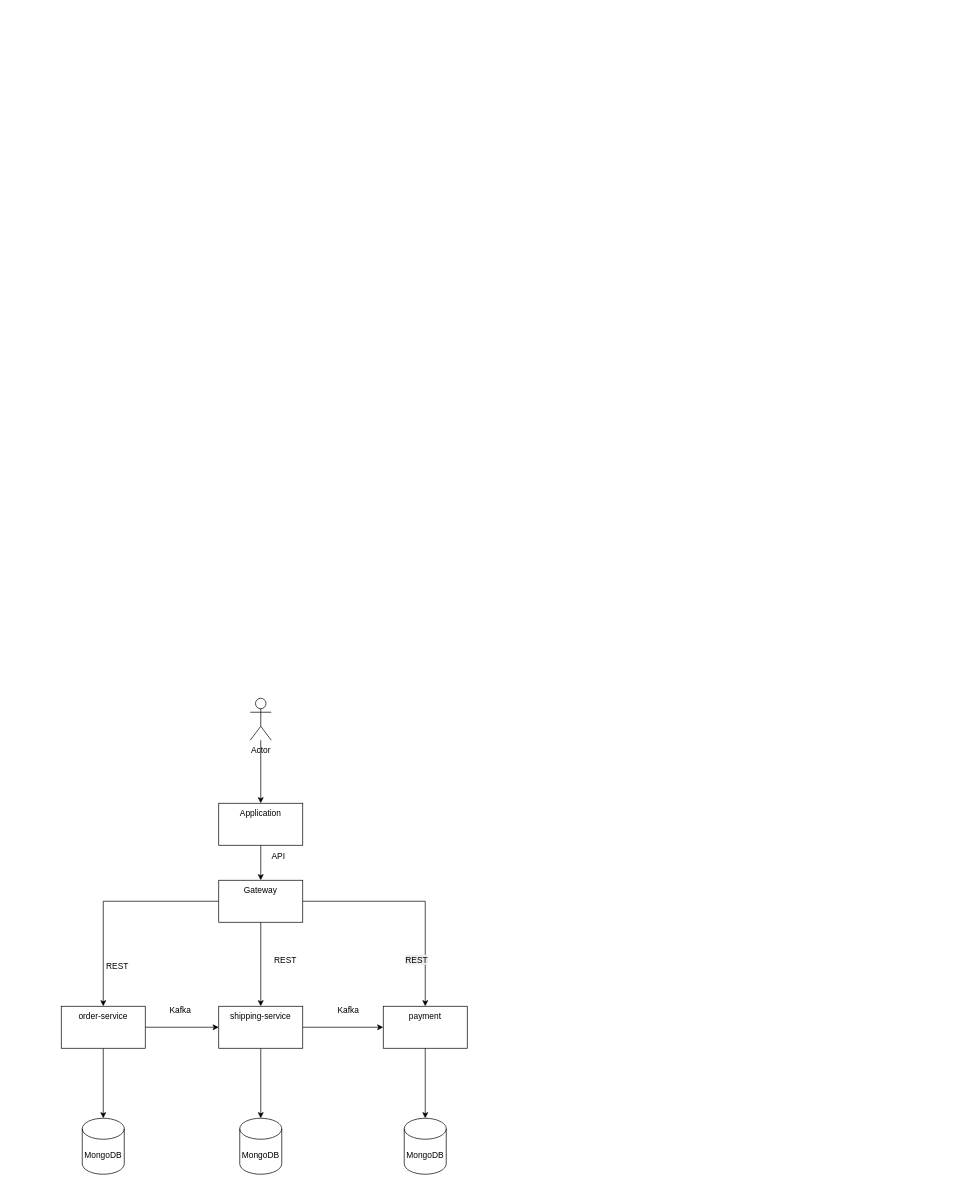
Earlier version of the draw.io diagram Biểu đồ không có tiêu đề.drawio (Anhlearning/AIBehavior_UE5). Source tidied: cells renumbered, new cells numbered last; positions are measured from the earlier drawing's top-left corner, leaving out a move shared by most shapes. Both pictures are drawn from the tidied source at 70%, with x=0, y=0 at pixel (61, 698).
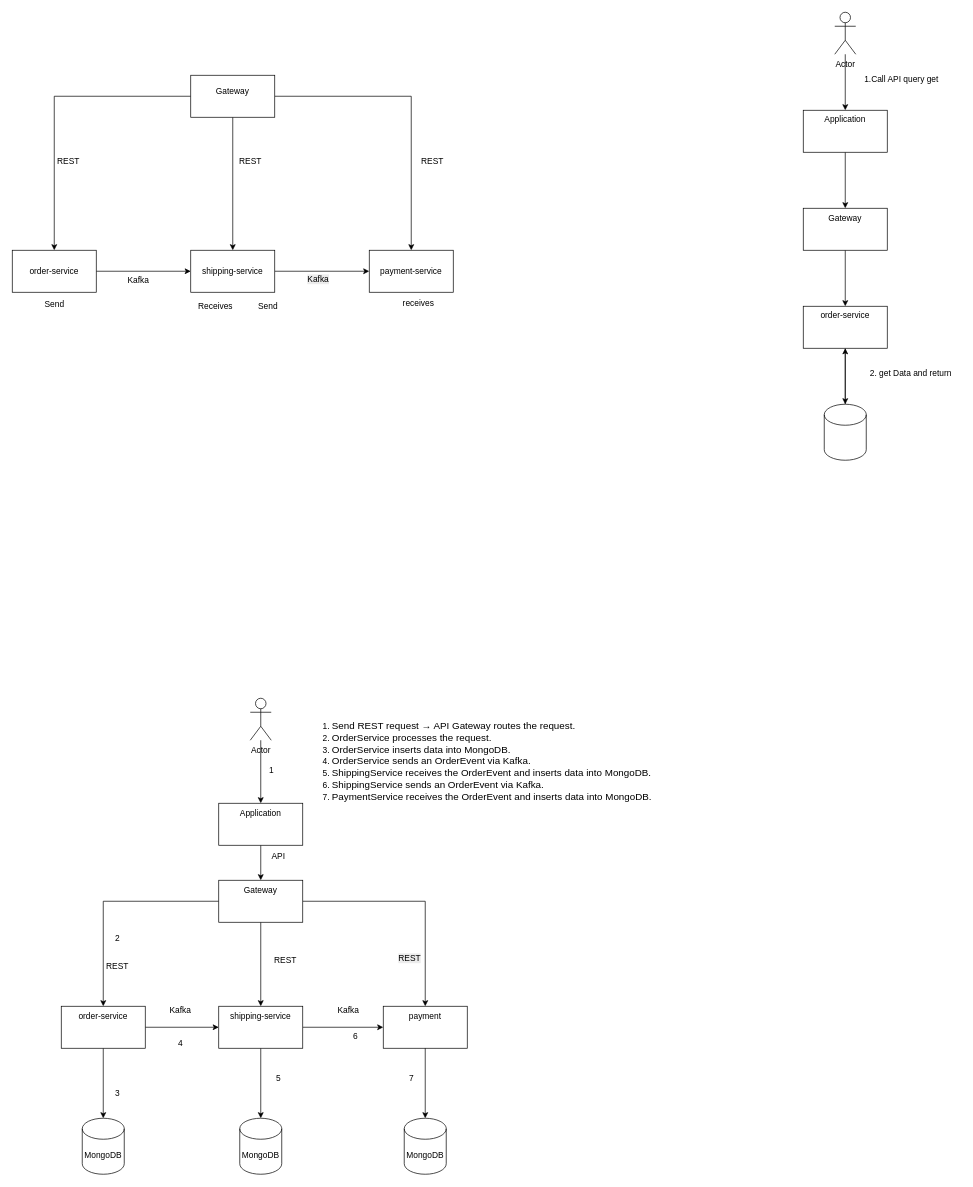
Above is the later version.

Commit message:
Cập nhật Biểu đồ không có tiêu đề.drawio

Change to the diagram source:
```diff
@@
     <mxCell id="20" value="&lt;span style=&quot;color: rgb(0, 0, 0); font-family: Helvetica; font-size: 12px; font-style: normal; font-variant-ligatures: normal; font-variant-caps: normal; font-weight: 400; letter-spacing: normal; orphans: 2; text-align: center; text-indent: 0px; text-transform: none; widows: 2; word-spacing: 0px; -webkit-text-stroke-width: 0px; white-space: nowrap; background-color: rgb(236, 236, 236); text-decoration-thickness: initial; text-decoration-style: initial; text-decoration-color: initial; display: inline !important; float: none;&quot;&gt;REST&lt;/span&gt;" style="text;whiteSpace=wrap;html=1;" parent="1" vertex="1">
-      <mxGeometry x="490" y="360" width="70" height="40" as="geometry" />
+      <mxGeometry x="480" y="358" width="70" height="40" as="geometry" />
     </mxCell>
@@
+    <mxCell id="27" value="1" style="text;html=1;align=center;verticalAlign=middle;strokeColor=none;fillColor=none;" parent="1" vertex="1">
+      <mxGeometry x="285" y="88" width="30" height="30" as="geometry" />
+    </mxCell>
+    <mxCell id="28" value="2" style="text;html=1;align=center;verticalAlign=middle;strokeColor=none;fillColor=none;" parent="1" vertex="1">
+      <mxGeometry x="65" y="328" width="30" height="30" as="geometry" />
+    </mxCell>
+    <mxCell id="29" value="3" style="text;html=1;align=center;verticalAlign=middle;strokeColor=none;fillColor=none;" parent="1" vertex="1">
+      <mxGeometry x="65" y="550" width="30" height="30" as="geometry" />
+    </mxCell>
+    <mxCell id="30" value="4" style="text;html=1;align=center;verticalAlign=middle;strokeColor=none;fillColor=none;" parent="1" vertex="1">
+      <mxGeometry x="155" y="478" width="30" height="30" as="geometry" />
+    </mxCell>
+    <mxCell id="31" value="5" style="text;html=1;align=center;verticalAlign=middle;strokeColor=none;fillColor=none;" parent="1" vertex="1">
+      <mxGeometry x="295" y="528" width="30" height="30" as="geometry" />
+    </mxCell>
+    <mxCell id="32" value="6" style="text;html=1;align=center;verticalAlign=middle;strokeColor=none;fillColor=none;" parent="1" vertex="1">
+      <mxGeometry x="405" y="468" width="30" height="30" as="geometry" />
+    </mxCell>
+    <mxCell id="33" value="7" style="text;html=1;align=center;verticalAlign=middle;strokeColor=none;fillColor=none;" parent="1" vertex="1">
+      <mxGeometry x="485" y="528" width="30" height="30" as="geometry" />
+    </mxCell>
+    <mxCell id="34" value="&lt;ol&gt;&lt;li&gt;&lt;span style=&quot;background-color: transparent; color: light-dark(rgb(0, 0, 0), rgb(255, 255, 255));&quot;&gt;&lt;font style=&quot;font-size: 14px;&quot;&gt;Send REST request → API Gateway routes the request.&lt;/font&gt;&lt;/span&gt;&lt;/li&gt;&lt;li&gt;&lt;font style=&quot;font-size: 14px;&quot;&gt;OrderService processes the request.&lt;/font&gt;&lt;/li&gt;&lt;li&gt;&lt;font style=&quot;font-size: 14px;&quot;&gt;OrderService inserts data into MongoDB.&lt;/font&gt;&lt;/li&gt;&lt;li&gt;&lt;font style=&quot;font-size: 14px;&quot;&gt;OrderService sends an OrderEvent via Kafka.&lt;/font&gt;&lt;/li&gt;&lt;li&gt;&lt;font style=&quot;font-size: 14px;&quot;&gt;ShippingService receives the OrderEvent and inserts data into MongoDB.&lt;/font&gt;&lt;/li&gt;&lt;li&gt;&lt;font style=&quot;font-size: 14px;&quot;&gt;ShippingService sends an OrderEvent via Kafka.&lt;/font&gt;&lt;/li&gt;&lt;li&gt;&lt;font style=&quot;font-size: 14px;&quot;&gt;PaymentService receives the OrderEvent and inserts data into MongoDB.&lt;/font&gt;&lt;/li&gt;&lt;/ol&gt;" style="text;html=1;align=left;verticalAlign=middle;strokeColor=none;fillColor=none;" parent="1" vertex="1">
+      <mxGeometry x="345" y="10" width="520" height="160" as="geometry" />
+    </mxCell>
+    <mxCell id="35" style="edgeStyle=orthogonalEdgeStyle;rounded=0;jettySize=auto;html=1;" parent="1" edge="1" source="36" target="38">
+      <mxGeometry relative="1" as="geometry" />
+    </mxCell>
+    <mxCell id="36" value="Actor" style="shape=umlActor;verticalLabelPosition=bottom;verticalAlign=top;html=1;outlineConnect=0;" parent="1" vertex="1">
+      <mxGeometry x="1105" y="-980" width="30" height="60" as="geometry" />
+    </mxCell>
+    <mxCell id="37" style="edgeStyle=orthogonalEdgeStyle;rounded=0;jettySize=auto;html=1;" parent="1" edge="1" source="38" target="40">
+      <mxGeometry relative="1" as="geometry" />
+    </mxCell>
+    <mxCell id="38" value="Application&lt;div&gt;&lt;br&gt;&lt;/div&gt;" style="whiteSpace=wrap;html=1;verticalAlign=top;" parent="1" vertex="1">
+      <mxGeometry x="1060" y="-840" width="120" height="60" as="geometry" />
+    </mxCell>
+    <mxCell id="39" style="edgeStyle=orthogonalEdgeStyle;rounded=0;jettySize=auto;html=1;" parent="1" edge="1" source="40" target="42">
+      <mxGeometry relative="1" as="geometry" />
+    </mxCell>
+    <mxCell id="40" value="Gateway&lt;div&gt;&lt;br&gt;&lt;/div&gt;" style="whiteSpace=wrap;html=1;verticalAlign=top;" parent="1" vertex="1">
+      <mxGeometry x="1060" y="-700" width="120" height="60" as="geometry" />
+    </mxCell>
+    <mxCell id="41" style="edgeStyle=orthogonalEdgeStyle;rounded=0;jettySize=auto;html=1;" parent="1" edge="1" source="42" target="44">
+      <mxGeometry relative="1" as="geometry" />
+    </mxCell>
+    <mxCell id="42" value="order-service&lt;br&gt;&lt;div&gt;&lt;br&gt;&lt;/div&gt;" style="whiteSpace=wrap;html=1;verticalAlign=top;" parent="1" vertex="1">
+      <mxGeometry x="1060" y="-560" width="120" height="60" as="geometry" />
+    </mxCell>
+    <mxCell id="43" style="edgeStyle=orthogonalEdgeStyle;rounded=0;jettySize=auto;html=1;" parent="1" edge="1" source="44" target="42">
+      <mxGeometry relative="1" as="geometry" />
+    </mxCell>
+    <mxCell id="44" style="shape=cylinder3;whiteSpace=wrap;html=1;boundedLbl=1;backgroundOutline=1;size=15;" parent="1" vertex="1">
+      <mxGeometry x="1090" y="-420" width="60" height="80" as="geometry" />
+    </mxCell>
+    <mxCell id="45" value="1.Call API query get&lt;div&gt;&lt;br&gt;&lt;/div&gt;" style="text;html=1;align=center;verticalAlign=middle;strokeColor=none;fillColor=none;" parent="1" vertex="1">
+      <mxGeometry x="1135" y="-897" width="130" height="40" as="geometry" />
+    </mxCell>
+    <mxCell id="46" value="2. get Data and return&amp;nbsp;&lt;div&gt;&lt;br&gt;&lt;/div&gt;" style="text;html=1;align=center;verticalAlign=middle;strokeColor=none;fillColor=none;" parent="1" vertex="1">
+      <mxGeometry x="1145" y="-477" width="140" height="40" as="geometry" />
+    </mxCell>
+    <mxCell id="47" style="edgeStyle=orthogonalEdgeStyle;rounded=0;jettySize=auto;html=1;" parent="1" edge="1" source="50" target="52">
+      <mxGeometry relative="1" as="geometry">
+        <Array as="points">
+          <mxPoint x="-10" y="-860" />
+        </Array>
+      </mxGeometry>
+    </mxCell>
+    <mxCell id="48" style="edgeStyle=orthogonalEdgeStyle;rounded=0;jettySize=auto;html=1;" parent="1" edge="1" source="50" target="54">
+      <mxGeometry relative="1" as="geometry" />
+    </mxCell>
+    <mxCell id="49" style="edgeStyle=orthogonalEdgeStyle;rounded=0;jettySize=auto;html=1;" parent="1" edge="1" source="50" target="55">
+      <mxGeometry relative="1" as="geometry" />
+    </mxCell>
+    <mxCell id="50" value="Gateway&lt;div&gt;&lt;br&gt;&lt;/div&gt;" style="rounded=0;whiteSpace=wrap;html=1;" parent="1" vertex="1">
+      <mxGeometry x="185" y="-890" width="120" height="60" as="geometry" />
+    </mxCell>
+    <mxCell id="51" style="edgeStyle=orthogonalEdgeStyle;rounded=0;jettySize=auto;html=1;entryX=0;entryY=0.5;entryDx=0;entryDy=0;" parent="1" edge="1" source="52" target="54">
+      <mxGeometry relative="1" as="geometry" />
+    </mxCell>
+    <mxCell id="52" value="order-service" style="whiteSpace=wrap;html=1;rounded=0;" parent="1" vertex="1">
+      <mxGeometry x="-70" y="-640" width="120" height="60" as="geometry" />
+    </mxCell>
+    <mxCell id="53" style="edgeStyle=orthogonalEdgeStyle;rounded=0;jettySize=auto;html=1;entryX=0;entryY=0.5;entryDx=0;entryDy=0;" parent="1" edge="1" source="54" target="55">
+      <mxGeometry relative="1" as="geometry" />
+    </mxCell>
+    <mxCell id="54" value="shipping-service" style="whiteSpace=wrap;html=1;rounded=0;" parent="1" vertex="1">
+      <mxGeometry x="185" y="-640" width="120" height="60" as="geometry" />
+    </mxCell>
+    <mxCell id="55" value="payment-service" style="whiteSpace=wrap;html=1;rounded=0;" parent="1" vertex="1">
+      <mxGeometry x="440" y="-640" width="120" height="60" as="geometry" />
+    </mxCell>
+    <mxCell id="56" value="REST" style="text;html=1;align=center;verticalAlign=middle;strokeColor=none;fillColor=none;" parent="1" vertex="1">
+      <mxGeometry x="-20" y="-782" width="60" height="30" as="geometry" />
+    </mxCell>
+    <mxCell id="57" value="REST" style="text;html=1;align=center;verticalAlign=middle;strokeColor=none;fillColor=none;" parent="1" vertex="1">
+      <mxGeometry x="240" y="-782" width="60" height="30" as="geometry" />
+    </mxCell>
+    <mxCell id="58" value="REST" style="text;html=1;align=center;verticalAlign=middle;strokeColor=none;fillColor=none;" parent="1" vertex="1">
+      <mxGeometry x="500" y="-782" width="60" height="30" as="geometry" />
+    </mxCell>
+    <mxCell id="59" value="Kafka" style="text;html=1;align=center;verticalAlign=middle;strokeColor=none;fillColor=none;" parent="1" vertex="1">
+      <mxGeometry x="85" y="-612" width="50" height="30" as="geometry" />
+    </mxCell>
+    <mxCell id="60" value="Send&lt;div&gt;&lt;br&gt;&lt;/div&gt;" style="text;html=1;align=center;verticalAlign=middle;strokeColor=none;fillColor=none;" parent="1" vertex="1">
+      <mxGeometry x="-35" y="-575" width="50" height="40" as="geometry" />
+    </mxCell>
+    <mxCell id="61" value="Receives" style="text;html=1;align=center;verticalAlign=middle;strokeColor=none;fillColor=none;" parent="1" vertex="1">
+      <mxGeometry x="185" y="-575" width="70" height="30" as="geometry" />
+    </mxCell>
+    <mxCell id="62" value="&lt;span style=&quot;color: rgb(0, 0, 0); font-family: Helvetica; font-size: 12px; font-style: normal; font-variant-ligatures: normal; font-variant-caps: normal; font-weight: 400; letter-spacing: normal; orphans: 2; text-align: center; text-indent: 0px; text-transform: none; widows: 2; word-spacing: 0px; -webkit-text-stroke-width: 0px; white-space: nowrap; background-color: rgb(236, 236, 236); text-decoration-thickness: initial; text-decoration-style: initial; text-decoration-color: initial; display: inline !important; float: none;&quot;&gt;Kafka&lt;/span&gt;" style="text;whiteSpace=wrap;html=1;" parent="1" vertex="1">
+      <mxGeometry x="350" y="-612" width="60" height="40" as="geometry" />
+    </mxCell>
+    <mxCell id="63" value="Send&lt;div&gt;&lt;br&gt;&lt;/div&gt;" style="text;html=1;align=center;verticalAlign=middle;strokeColor=none;fillColor=none;" parent="1" vertex="1">
+      <mxGeometry x="270" y="-572" width="50" height="40" as="geometry" />
+    </mxCell>
+    <mxCell id="64" value="receives&lt;div&gt;&lt;br&gt;&lt;/div&gt;" style="text;html=1;align=center;verticalAlign=middle;strokeColor=none;fillColor=none;" parent="1" vertex="1">
+      <mxGeometry x="475" y="-577" width="70" height="40" as="geometry" />
+    </mxCell>
```
